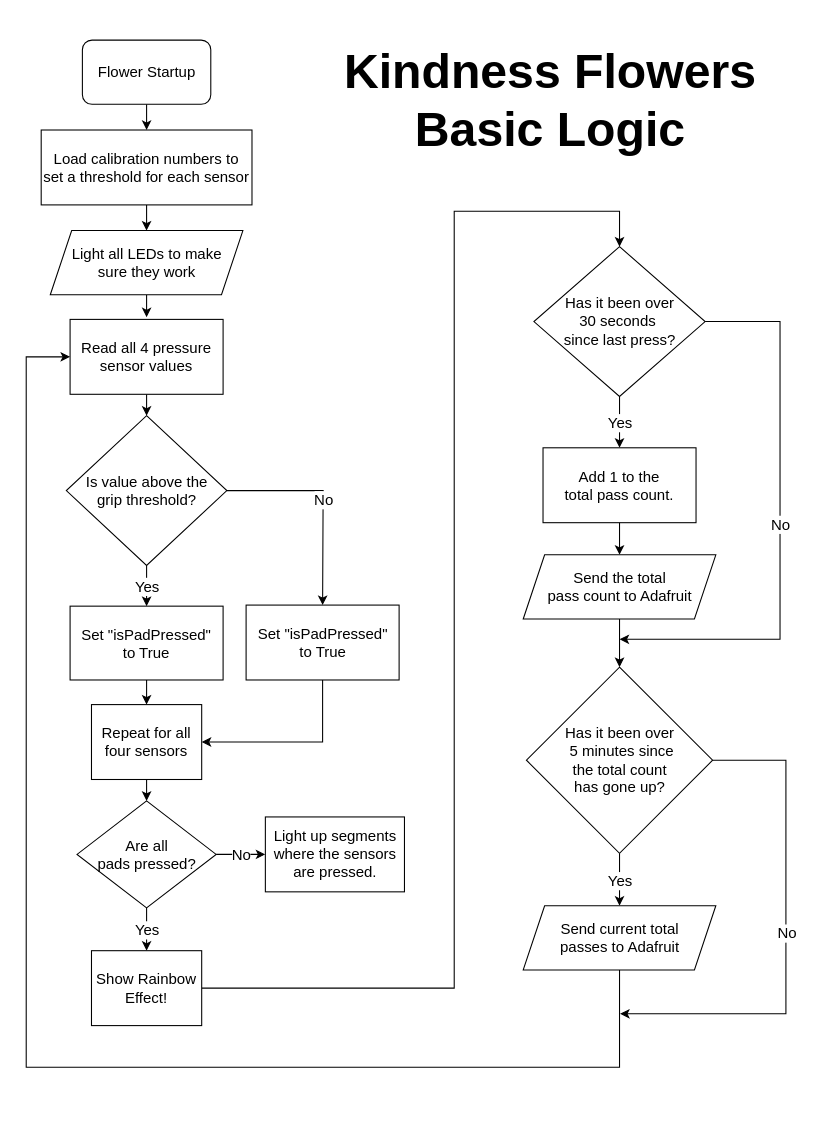
stromberg-DS/KindnessFlower keeps this draw.io diagram as page "FlowerLogic" (1 of 3) of Graphics/KindFlowerFlow.drawio. Above is the earlier version. Source tidied: cells renumbered, new cells numbered last; positions are measured from the earlier drawing's top-left corner, leaving out a move shared by most shapes. Both pictures are drawn from the tidied source at 107%, with x=0, y=0 at pixel (26, 40).
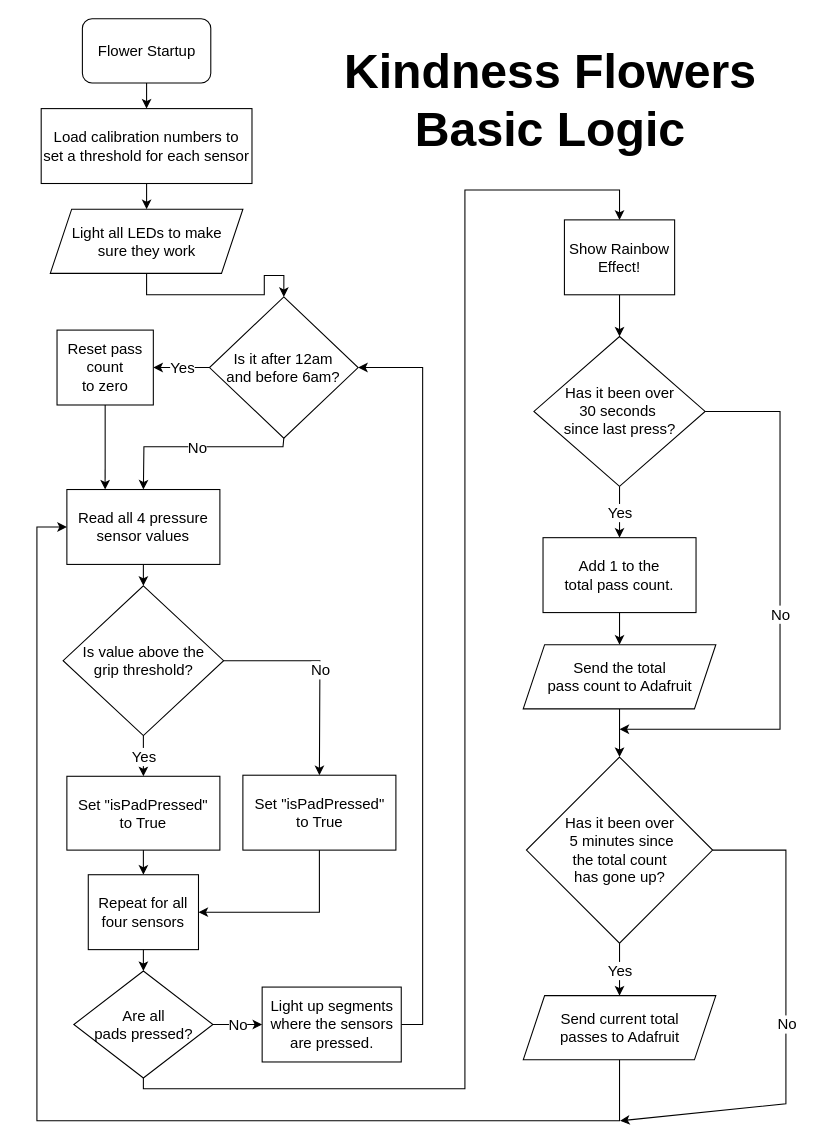
After the change.

Commit message (it also covers changes not shown here):
Added logic flow charts.

Change to the diagram source:
```diff
@@
-    <mxCell id="2" style="group;" parent="1" vertex="1">
-      <mxGeometry width="710" height="960" as="geometry" />
-    </mxCell>
-    <mxCell id="3" value="&lt;font style=&quot;font-size: 45px;&quot;&gt;Kindness Flowers Basic Logic&lt;/font&gt;" style="text;html=1;align=center;verticalAlign=middle;whiteSpace=wrap;rounded=0;fontSize=32;fontStyle=1;" parent="2" vertex="1">
+    <mxCell id="3" value="&lt;font style=&quot;font-size: 45px;&quot;&gt;Kindness Flowers Basic Logic&lt;/font&gt;" style="text;html=1;align=center;verticalAlign=middle;whiteSpace=wrap;rounded=0;fontSize=32;fontStyle=1;" parent="1" vertex="1">
       <mxGeometry x="280" y="28" width="420" height="56" as="geometry" />
     </mxCell>
-    <mxCell id="4" style="edgeStyle=orthogonalEdgeStyle;rounded=0;jettySize=auto;html=1;" parent="2" edge="1" source="5" target="7">
+    <mxCell id="4" style="edgeStyle=orthogonalEdgeStyle;rounded=0;jettySize=auto;html=1;" parent="1" edge="1" source="5" target="7">
       <mxGeometry relative="1" as="geometry" />
     </mxCell>
-    <mxCell id="5" value="Flower Startup" style="rounded=1;whiteSpace=wrap;html=1;fontSize=14;" parent="2" vertex="1">
-      <mxGeometry x="52.5" width="120" height="60" as="geometry" />
+    <mxCell id="5" value="Flower Startup" style="rounded=1;whiteSpace=wrap;html=1;fontSize=14;" parent="1" vertex="1">
+      <mxGeometry x="52.5" y="-20" width="120" height="60" as="geometry" />
     </mxCell>
-    <mxCell id="6" style="edgeStyle=orthogonalEdgeStyle;rounded=0;jettySize=auto;html=1;" parent="2" edge="1" source="7" target="46">
+    <mxCell id="6" style="edgeStyle=orthogonalEdgeStyle;rounded=0;jettySize=auto;html=1;" parent="1" edge="1" source="7" target="46">
       <mxGeometry relative="1" as="geometry" />
     </mxCell>
-    <mxCell id="7" value="&lt;font style=&quot;font-size: 14px;&quot;&gt;Load calibration numbers to set a threshold for each sensor&lt;/font&gt;" style="rounded=0;whiteSpace=wrap;html=1;fontSize=14;" parent="2" vertex="1">
-      <mxGeometry x="14" y="84" width="197" height="70" as="geometry" />
+    <mxCell id="7" value="&lt;font style=&quot;font-size: 14px;&quot;&gt;Load calibration numbers to set a threshold for each sensor&lt;/font&gt;" style="rounded=0;whiteSpace=wrap;html=1;fontSize=14;" parent="1" vertex="1">
+      <mxGeometry x="14" y="64" width="197" height="70" as="geometry" />
     </mxCell>
-    <mxCell id="8" style="edgeStyle=orthogonalEdgeStyle;rounded=0;jettySize=auto;html=1;exitX=0.5;exitY=1;exitDx=0;exitDy=0;entryX=0.5;entryY=0;entryDx=0;entryDy=0;" parent="2" edge="1" source="9" target="10">
+    <mxCell id="8" style="edgeStyle=orthogonalEdgeStyle;rounded=0;jettySize=auto;html=1;exitX=0.5;exitY=1;exitDx=0;exitDy=0;entryX=0.5;entryY=0;entryDx=0;entryDy=0;" parent="1" edge="1" source="9" target="10">
       <mxGeometry relative="1" as="geometry" />
     </mxCell>
-    <mxCell id="9" value="&lt;font style=&quot;font-size: 14px;&quot;&gt;Read all 4 pressure&lt;/font&gt;&lt;div&gt;&lt;font style=&quot;font-size: 14px;&quot;&gt;sensor values&lt;/font&gt;&lt;/div&gt;" style="rounded=0;whiteSpace=wrap;html=1;fontSize=14;" parent="2" vertex="1">
-      <mxGeometry x="41" y="261" width="143" height="70" as="geometry" />
+    <mxCell id="9" value="&lt;font style=&quot;font-size: 14px;&quot;&gt;Read all 4 pressure&lt;/font&gt;&lt;div&gt;&lt;font style=&quot;font-size: 14px;&quot;&gt;sensor values&lt;/font&gt;&lt;/div&gt;" style="rounded=0;whiteSpace=wrap;html=1;fontSize=14;" parent="1" vertex="1">
+      <mxGeometry x="38" y="420" width="143" height="70" as="geometry" />
     </mxCell>
-    <mxCell id="10" value="Is value above the&lt;div&gt;grip threshold?&lt;/div&gt;" style="rhombus;whiteSpace=wrap;html=1;fontSize=14;" parent="2" vertex="1">
-      <mxGeometry x="37.5" y="351" width="150" height="140" as="geometry" />
+    <mxCell id="10" value="Is value above the&lt;div&gt;grip threshold?&lt;/div&gt;" style="rhombus;whiteSpace=wrap;html=1;fontSize=14;" parent="1" vertex="1">
+      <mxGeometry x="34.5" y="510" width="150" height="140" as="geometry" />
     </mxCell>
-    <mxCell id="11" style="endArrow=classic;html=1;rounded=0;exitX=0.5;exitY=1;exitDx=0;exitDy=0;entryX=0.5;entryY=0;entryDx=0;entryDy=0;" parent="2" edge="1" source="10" target="16">
+    <mxCell id="11" style="endArrow=classic;html=1;rounded=0;exitX=0.5;exitY=1;exitDx=0;exitDy=0;entryX=0.5;entryY=0;entryDx=0;entryDy=0;" parent="1" edge="1" source="10" target="16">
       <mxGeometry relative="1" as="geometry" />
     </mxCell>
@@
-    <mxCell id="13" style="endArrow=classic;html=1;rounded=0;entryX=0.5;entryY=0;entryDx=0;entryDy=0;exitX=1;exitY=0.5;exitDx=0;exitDy=0;" parent="2" edge="1" source="10" target="18">
+    <mxCell id="13" style="endArrow=classic;html=1;rounded=0;entryX=0.5;entryY=0;entryDx=0;entryDy=0;exitX=1;exitY=0.5;exitDx=0;exitDy=0;" parent="1" edge="1" source="10" target="18">
       <mxGeometry relative="1" as="geometry">
         <Array as="points">
-          <mxPoint x="277.5" y="421" />
+          <mxPoint x="274.5" y="580" />
         </Array>
       </mxGeometry>
     </mxCell>
@@
-    <mxCell id="15" style="edgeStyle=orthogonalEdgeStyle;rounded=0;jettySize=auto;html=1;exitX=0.5;exitY=1;exitDx=0;exitDy=0;entryX=0.5;entryY=0;entryDx=0;entryDy=0;" parent="2" edge="1" source="16" target="20">
+    <mxCell id="15" style="edgeStyle=orthogonalEdgeStyle;rounded=0;jettySize=auto;html=1;exitX=0.5;exitY=1;exitDx=0;exitDy=0;entryX=0.5;entryY=0;entryDx=0;entryDy=0;" parent="1" edge="1" source="16" target="20">
       <mxGeometry relative="1" as="geometry" />
     </mxCell>
-    <mxCell id="16" value="Set &quot;isPadPressed&quot;&lt;div&gt;to True&lt;/div&gt;" style="rounded=0;whiteSpace=wrap;html=1;fontSize=14;" parent="2" vertex="1">
-      <mxGeometry x="41" y="529" width="143" height="69" as="geometry" />
+    <mxCell id="16" value="Set &quot;isPadPressed&quot;&lt;div&gt;to True&lt;/div&gt;" style="rounded=0;whiteSpace=wrap;html=1;fontSize=14;" parent="1" vertex="1">
+      <mxGeometry x="38" y="688" width="143" height="69" as="geometry" />
     </mxCell>
-    <mxCell id="17" style="edgeStyle=orthogonalEdgeStyle;rounded=0;jettySize=auto;html=1;exitX=0.5;exitY=1;exitDx=0;exitDy=0;entryX=1;entryY=0.5;entryDx=0;entryDy=0;" parent="2" edge="1" source="18" target="20">
+    <mxCell id="17" style="edgeStyle=orthogonalEdgeStyle;rounded=0;jettySize=auto;html=1;exitX=0.5;exitY=1;exitDx=0;exitDy=0;entryX=1;entryY=0.5;entryDx=0;entryDy=0;" parent="1" edge="1" source="18" target="20">
       <mxGeometry relative="1" as="geometry" />
     </mxCell>
-    <mxCell id="18" value="Set &quot;isPadPressed&quot;&lt;div&gt;to True&lt;/div&gt;" style="rounded=0;whiteSpace=wrap;html=1;fontSize=14;" parent="2" vertex="1">
-      <mxGeometry x="205.5" y="528" width="143" height="70" as="geometry" />
+    <mxCell id="18" value="Set &quot;isPadPressed&quot;&lt;div&gt;to True&lt;/div&gt;" style="rounded=0;whiteSpace=wrap;html=1;fontSize=14;" parent="1" vertex="1">
+      <mxGeometry x="202.5" y="687" width="143" height="70" as="geometry" />
     </mxCell>
-    <mxCell id="19" style="edgeStyle=orthogonalEdgeStyle;rounded=0;jettySize=auto;html=1;exitX=0.5;exitY=1;exitDx=0;exitDy=0;entryX=0.5;entryY=0;entryDx=0;entryDy=0;" parent="2" edge="1" source="20" target="21">
+    <mxCell id="19" style="edgeStyle=orthogonalEdgeStyle;rounded=0;jettySize=auto;html=1;exitX=0.5;exitY=1;exitDx=0;exitDy=0;entryX=0.5;entryY=0;entryDx=0;entryDy=0;" parent="1" edge="1" source="20" target="21">
       <mxGeometry relative="1" as="geometry" />
     </mxCell>
-    <mxCell id="20" value="Repeat for all&lt;div&gt;four sensors&lt;/div&gt;" style="rounded=0;whiteSpace=wrap;html=1;fontSize=14;" parent="2" vertex="1">
-      <mxGeometry x="61" y="621" width="103" height="70" as="geometry" />
+    <mxCell id="20" value="Repeat for all&lt;div&gt;four sensors&lt;/div&gt;" style="rounded=0;whiteSpace=wrap;html=1;fontSize=14;" parent="1" vertex="1">
+      <mxGeometry x="58" y="780" width="103" height="70" as="geometry" />
     </mxCell>
+    <mxCell id="47" style="edgeStyle=orthogonalEdgeStyle;rounded=0;jettySize=auto;html=1;exitX=0.5;exitY=1;exitDx=0;exitDy=0;entryX=0.5;entryY=0;entryDx=0;entryDy=0;" parent="1" edge="1" source="21" target="26">
+      <mxGeometry relative="1" as="geometry">
+        <Array as="points">
+          <mxPoint x="110" y="980" />
+          <mxPoint x="410" y="980" />
+          <mxPoint x="410" y="140" />
+          <mxPoint x="555" y="140" />
+        </Array>
+      </mxGeometry>
+    </mxCell>
-    <mxCell id="21" value="Are all&lt;div&gt;pads pressed?&lt;/div&gt;" style="rhombus;whiteSpace=wrap;html=1;fontSize=14;" parent="2" vertex="1">
-      <mxGeometry x="47.5" y="711" width="130" height="100" as="geometry" />
+    <mxCell id="21" value="Are all&lt;div&gt;pads pressed?&lt;/div&gt;" style="rhombus;whiteSpace=wrap;html=1;fontSize=14;" parent="1" vertex="1">
+      <mxGeometry x="44.5" y="870" width="130" height="100" as="geometry" />
     </mxCell>
-    <mxCell id="22" value="Has it been over&lt;div&gt;30 seconds&amp;nbsp;&lt;/div&gt;&lt;div&gt;since last press?&lt;/div&gt;" style="rhombus;whiteSpace=wrap;html=1;fontSize=14;" parent="2" vertex="1">
-      <mxGeometry x="474.5" y="193" width="160" height="140" as="geometry" />
+    <mxCell id="22" value="Has it been over&lt;div&gt;30 seconds&amp;nbsp;&lt;/div&gt;&lt;div&gt;since last press?&lt;/div&gt;" style="rhombus;whiteSpace=wrap;html=1;fontSize=14;" parent="1" vertex="1">
+      <mxGeometry x="474.5" y="277" width="160" height="140" as="geometry" />
     </mxCell>
-    <mxCell id="23" style="endArrow=classic;html=1;rounded=0;entryX=0.5;entryY=0;entryDx=0;entryDy=0;" parent="2" edge="1" target="26">
-      <mxGeometry relative="1" as="geometry">
-        <mxPoint x="112.5" y="811" as="sourcePoint" />
-      </mxGeometry>
-    </mxCell>
-    <mxCell id="24" value="Yes" style="edgeLabel;html=1;align=center;verticalAlign=middle;fontSize=14;" parent="23" vertex="1">
-      <mxGeometry relative="1" as="geometry" />
-    </mxCell>
-    <mxCell id="25" style="edgeStyle=orthogonalEdgeStyle;rounded=0;jettySize=auto;html=1;entryX=0.5;entryY=0;entryDx=0;entryDy=0;exitX=1;exitY=0.5;exitDx=0;exitDy=0;" parent="2" edge="1" source="26" target="22">
-      <mxGeometry relative="1" as="geometry">
-        <Array as="points">
-          <mxPoint x="400" y="886" />
-          <mxPoint x="400" y="160" />
-          <mxPoint x="554" y="160" />
-        </Array>
-      </mxGeometry>
+    <mxCell id="25" style="edgeStyle=orthogonalEdgeStyle;rounded=0;jettySize=auto;html=1;exitX=0.5;exitY=1;exitDx=0;exitDy=0;entryX=0.5;entryY=0;entryDx=0;entryDy=0;" parent="1" edge="1" source="26" target="22">
+      <mxGeometry relative="1" as="geometry" />
     </mxCell>
-    <mxCell id="26" value="Show Rainbow&lt;div&gt;Effect!&lt;/div&gt;" style="rounded=0;whiteSpace=wrap;html=1;fontSize=14;" parent="2" vertex="1">
-      <mxGeometry x="61" y="851" width="103" height="70" as="geometry" />
+    <mxCell id="26" value="Show Rainbow&lt;div&gt;Effect!&lt;/div&gt;" style="rounded=0;whiteSpace=wrap;html=1;fontSize=14;" parent="1" vertex="1">
+      <mxGeometry x="503" y="168" width="103" height="70" as="geometry" />
     </mxCell>
+    <mxCell id="48" style="edgeStyle=orthogonalEdgeStyle;rounded=0;jettySize=auto;html=1;exitX=1;exitY=0.5;exitDx=0;exitDy=0;entryX=1;entryY=0.5;entryDx=0;entryDy=0;" parent="1" edge="1" source="27" target="52">
+      <mxGeometry relative="1" as="geometry" />
+    </mxCell>
-    <mxCell id="27" value="Light up segments where the sensors are pressed." style="rounded=0;whiteSpace=wrap;html=1;fontSize=14;" parent="2" vertex="1">
-      <mxGeometry x="223.5" y="726" width="130" height="70" as="geometry" />
+    <mxCell id="27" value="Light up segments where the sensors are pressed." style="rounded=0;whiteSpace=wrap;html=1;fontSize=14;" parent="1" vertex="1">
+      <mxGeometry x="220.5" y="885" width="130" height="70" as="geometry" />
     </mxCell>
-    <mxCell id="28" style="endArrow=classic;html=1;rounded=0;entryX=0;entryY=0.5;entryDx=0;entryDy=0;exitX=1;exitY=0.5;exitDx=0;exitDy=0;" parent="2" edge="1" source="21" target="27">
+    <mxCell id="28" style="endArrow=classic;html=1;rounded=0;entryX=0;entryY=0.5;entryDx=0;entryDy=0;exitX=1;exitY=0.5;exitDx=0;exitDy=0;" parent="1" edge="1" source="21" target="27">
       <mxGeometry relative="1" as="geometry" />
     </mxCell>
@@
-    <mxCell id="30" style="endArrow=classic;html=1;rounded=0;exitX=0.5;exitY=1;exitDx=0;exitDy=0;entryX=0.5;entryY=0;entryDx=0;entryDy=0;" parent="2" edge="1" source="22" target="34">
+    <mxCell id="30" style="endArrow=classic;html=1;rounded=0;exitX=0.5;exitY=1;exitDx=0;exitDy=0;entryX=0.5;entryY=0;entryDx=0;entryDy=0;" parent="1" edge="1" source="22" target="34">
       <mxGeometry relative="1" as="geometry" />
     </mxCell>
@@
-    <mxCell id="32" style="endArrow=classic;html=1;rounded=0;exitX=1;exitY=0.5;exitDx=0;exitDy=0;" parent="2" edge="1" source="22">
+    <mxCell id="32" style="endArrow=classic;html=1;rounded=0;exitX=1;exitY=0.5;exitDx=0;exitDy=0;" parent="1" edge="1" source="22">
       <mxGeometry relative="1" as="geometry">
-        <mxPoint x="554.5" y="560" as="targetPoint" />
+        <mxPoint x="554.5" y="644" as="targetPoint" />
         <Array as="points">
-          <mxPoint x="704.5" y="263" />
-          <mxPoint x="704.5" y="560" />
+          <mxPoint x="704.5" y="347" />
+          <mxPoint x="704.5" y="644" />
         </Array>
       </mxGeometry>
     </mxCell>
@@
-    <mxCell id="34" value="Add 1 to the&lt;div&gt;total pass count.&lt;/div&gt;" style="rounded=0;whiteSpace=wrap;html=1;fontSize=14;" parent="2" vertex="1">
-      <mxGeometry x="483" y="381" width="143" height="70" as="geometry" />
+    <mxCell id="34" value="Add 1 to the&lt;div&gt;total pass count.&lt;/div&gt;" style="rounded=0;whiteSpace=wrap;html=1;fontSize=14;" parent="1" vertex="1">
+      <mxGeometry x="483" y="465" width="143" height="70" as="geometry" />
     </mxCell>
-    <mxCell id="35" style="edgeStyle=orthogonalEdgeStyle;rounded=0;jettySize=auto;html=1;exitX=0.5;exitY=1;exitDx=0;exitDy=0;" parent="2" edge="1" source="34" target="37">
+    <mxCell id="35" style="edgeStyle=orthogonalEdgeStyle;rounded=0;jettySize=auto;html=1;exitX=0.5;exitY=1;exitDx=0;exitDy=0;" parent="1" edge="1" source="34" target="37">
       <mxGeometry relative="1" as="geometry" />
     </mxCell>
-    <mxCell id="36" style="edgeStyle=orthogonalEdgeStyle;rounded=0;jettySize=auto;html=1;" parent="2" edge="1" source="37" target="38">
+    <mxCell id="36" style="edgeStyle=orthogonalEdgeStyle;rounded=0;jettySize=auto;html=1;" parent="1" edge="1" source="37" target="38">
       <mxGeometry relative="1" as="geometry" />
     </mxCell>
-    <mxCell id="37" value="Send the total&lt;div&gt;pass count to Adafruit&lt;/div&gt;" style="shape=parallelogram;perimeter=parallelogramPerimeter;whiteSpace=wrap;html=1;fixedSize=1;fontSize=14;rounded=0;" parent="2" vertex="1">
-      <mxGeometry x="464.5" y="481" width="180" height="60" as="geometry" />
+    <mxCell id="37" value="Send the total&lt;div&gt;pass count to Adafruit&lt;/div&gt;" style="shape=parallelogram;perimeter=parallelogramPerimeter;whiteSpace=wrap;html=1;fixedSize=1;fontSize=14;rounded=0;" parent="1" vertex="1">
+      <mxGeometry x="464.5" y="565" width="180" height="60" as="geometry" />
     </mxCell>
-    <mxCell id="38" value="Has it been over&lt;div&gt;&amp;nbsp;5 minutes since&lt;/div&gt;&lt;div&gt;the total count&lt;/div&gt;&lt;div&gt;has gone up?&lt;/div&gt;" style="rhombus;whiteSpace=wrap;html=1;fontSize=14;rounded=0;" parent="2" vertex="1">
-      <mxGeometry x="467.5" y="586" width="174" height="174" as="geometry" />
+    <mxCell id="38" value="Has it been over&lt;div&gt;&amp;nbsp;5 minutes since&lt;/div&gt;&lt;div&gt;the total count&lt;/div&gt;&lt;div&gt;has gone up?&lt;/div&gt;" style="rhombus;whiteSpace=wrap;html=1;fontSize=14;rounded=0;" parent="1" vertex="1">
+      <mxGeometry x="467.5" y="670" width="174" height="174" as="geometry" />
     </mxCell>
-    <mxCell id="39" style="endArrow=classic;html=1;rounded=0;exitX=1;exitY=0.5;exitDx=0;exitDy=0;" parent="2" edge="1" source="38">
+    <mxCell id="39" style="endArrow=classic;html=1;rounded=0;exitX=1;exitY=0.5;exitDx=0;exitDy=0;" parent="1" edge="1" source="38">
       <mxGeometry relative="1" as="geometry">
-        <mxPoint x="555" y="910" as="targetPoint" />
+        <mxPoint x="555" y="1010" as="targetPoint" />
         <Array as="points">
-          <mxPoint x="710" y="673" />
-          <mxPoint x="710" y="910" />
+          <mxPoint x="710" y="757" />
+          <mxPoint x="710" y="994" />
         </Array>
       </mxGeometry>
     </mxCell>
@@
-    <mxCell id="41" style="endArrow=classic;html=1;rounded=0;exitX=0.5;exitY=1;exitDx=0;exitDy=0;entryX=0.5;entryY=0;entryDx=0;entryDy=0;" parent="2" edge="1" source="38" target="44">
+    <mxCell id="41" style="endArrow=classic;html=1;rounded=0;exitX=0.5;exitY=1;exitDx=0;exitDy=0;entryX=0.5;entryY=0;entryDx=0;entryDy=0;" parent="1" edge="1" source="38" target="44">
       <mxGeometry relative="1" as="geometry" />
     </mxCell>
@@
-    <mxCell id="43" style="edgeStyle=orthogonalEdgeStyle;rounded=0;jettySize=auto;html=1;exitX=0.5;exitY=1;exitDx=0;exitDy=0;entryX=0;entryY=0.5;entryDx=0;entryDy=0;" parent="2" edge="1" source="44" target="9">
+    <mxCell id="43" style="edgeStyle=orthogonalEdgeStyle;rounded=0;jettySize=auto;html=1;exitX=0.5;exitY=1;exitDx=0;exitDy=0;entryX=0;entryY=0.5;entryDx=0;entryDy=0;" parent="1" edge="1" source="44" target="9">
       <mxGeometry relative="1" as="geometry">
         <Array as="points">
-          <mxPoint x="554" y="960" />
-          <mxPoint y="960" />
-          <mxPoint y="296" />
+          <mxPoint x="555" y="1010" />
+          <mxPoint x="10" y="1010" />
+          <mxPoint x="10" y="455" />
         </Array>
       </mxGeometry>
     </mxCell>
-    <mxCell id="44" value="Send current total&lt;div&gt;passes to Adafruit&lt;/div&gt;" style="shape=parallelogram;perimeter=parallelogramPerimeter;whiteSpace=wrap;html=1;fixedSize=1;fontSize=14;rounded=0;" parent="2" vertex="1">
-      <mxGeometry x="464.5" y="809" width="180" height="60" as="geometry" />
+    <mxCell id="44" value="Send current total&lt;div&gt;passes to Adafruit&lt;/div&gt;" style="shape=parallelogram;perimeter=parallelogramPerimeter;whiteSpace=wrap;html=1;fixedSize=1;fontSize=14;rounded=0;" parent="1" vertex="1">
+      <mxGeometry x="464.5" y="893" width="180" height="60" as="geometry" />
     </mxCell>
-    <mxCell id="45" style="edgeStyle=orthogonalEdgeStyle;rounded=0;jettySize=auto;html=1;exitX=0.5;exitY=1;exitDx=0;exitDy=0;entryX=0.5;entryY=0;entryDx=0;entryDy=0;" parent="2" edge="1" source="46">
-      <mxGeometry relative="1" as="geometry">
-        <mxPoint x="112.5" y="259" as="targetPoint" />
-      </mxGeometry>
-    </mxCell>
+    <mxCell id="49" style="edgeStyle=orthogonalEdgeStyle;rounded=0;jettySize=auto;html=1;exitX=0.5;exitY=1;exitDx=0;exitDy=0;entryX=0.5;entryY=0;entryDx=0;entryDy=0;" parent="1" edge="1" source="46" target="52">
+      <mxGeometry relative="1" as="geometry" />
+    </mxCell>
-    <mxCell id="46" value="Light all LEDs to make&lt;div&gt;sure they work&lt;/div&gt;" style="shape=parallelogram;perimeter=parallelogramPerimeter;whiteSpace=wrap;html=1;fixedSize=1;fontSize=14;rounded=0;" parent="2" vertex="1">
-      <mxGeometry x="22.5" y="178" width="180" height="60" as="geometry" />
+    <mxCell id="46" value="Light all LEDs to make&lt;div&gt;sure they work&lt;/div&gt;" style="shape=parallelogram;perimeter=parallelogramPerimeter;whiteSpace=wrap;html=1;fixedSize=1;fontSize=14;rounded=0;" parent="1" vertex="1">
+      <mxGeometry x="22.5" y="158" width="180" height="60" as="geometry" />
     </mxCell>
+    <mxCell id="50" style="endArrow=classic;html=1;rounded=0;exitX=0.5;exitY=1;exitDx=0;exitDy=0;entryX=0.5;entryY=0;entryDx=0;entryDy=0;" parent="1" edge="1" source="52" target="9">
+      <mxGeometry relative="1" as="geometry">
+        <Array as="points">
+          <mxPoint x="240" y="380" />
+          <mxPoint x="160" y="380" />
+          <mxPoint x="110" y="380" />
+        </Array>
+      </mxGeometry>
+    </mxCell>
+    <mxCell id="51" value="No" style="edgeLabel;html=1;align=center;verticalAlign=middle;fontSize=14;" parent="50" vertex="1">
+      <mxGeometry relative="1" as="geometry" />
+    </mxCell>
+    <mxCell id="52" value="Is it after 12am&lt;div&gt;and before 6am?&lt;/div&gt;" style="rhombus;whiteSpace=wrap;html=1;fontSize=14;" parent="1" vertex="1">
+      <mxGeometry x="171.3" y="240" width="138.9" height="132" as="geometry" />
+    </mxCell>
+    <mxCell id="53" style="edgeStyle=orthogonalEdgeStyle;rounded=0;jettySize=auto;html=1;exitX=0.5;exitY=1;exitDx=0;exitDy=0;entryX=0.25;entryY=0;entryDx=0;entryDy=0;" parent="1" edge="1" source="54" target="9">
+      <mxGeometry relative="1" as="geometry" />
+    </mxCell>
+    <mxCell id="54" value="Reset pass&lt;div&gt;count&lt;div&gt;to zero&lt;/div&gt;&lt;/div&gt;" style="rounded=0;whiteSpace=wrap;html=1;fontSize=14;" parent="1" vertex="1">
+      <mxGeometry x="28.8" y="271" width="90" height="70" as="geometry" />
+    </mxCell>
+    <mxCell id="55" style="endArrow=classic;html=1;rounded=0;exitX=0;exitY=0.5;exitDx=0;exitDy=0;entryX=1;entryY=0.5;entryDx=0;entryDy=0;" parent="1" edge="1" source="52" target="54">
+      <mxGeometry relative="1" as="geometry" />
+    </mxCell>
+    <mxCell id="24" value="Yes" style="edgeLabel;html=1;align=center;verticalAlign=middle;fontSize=14;" parent="55" vertex="1">
+      <mxGeometry relative="1" as="geometry" />
+    </mxCell>
```
